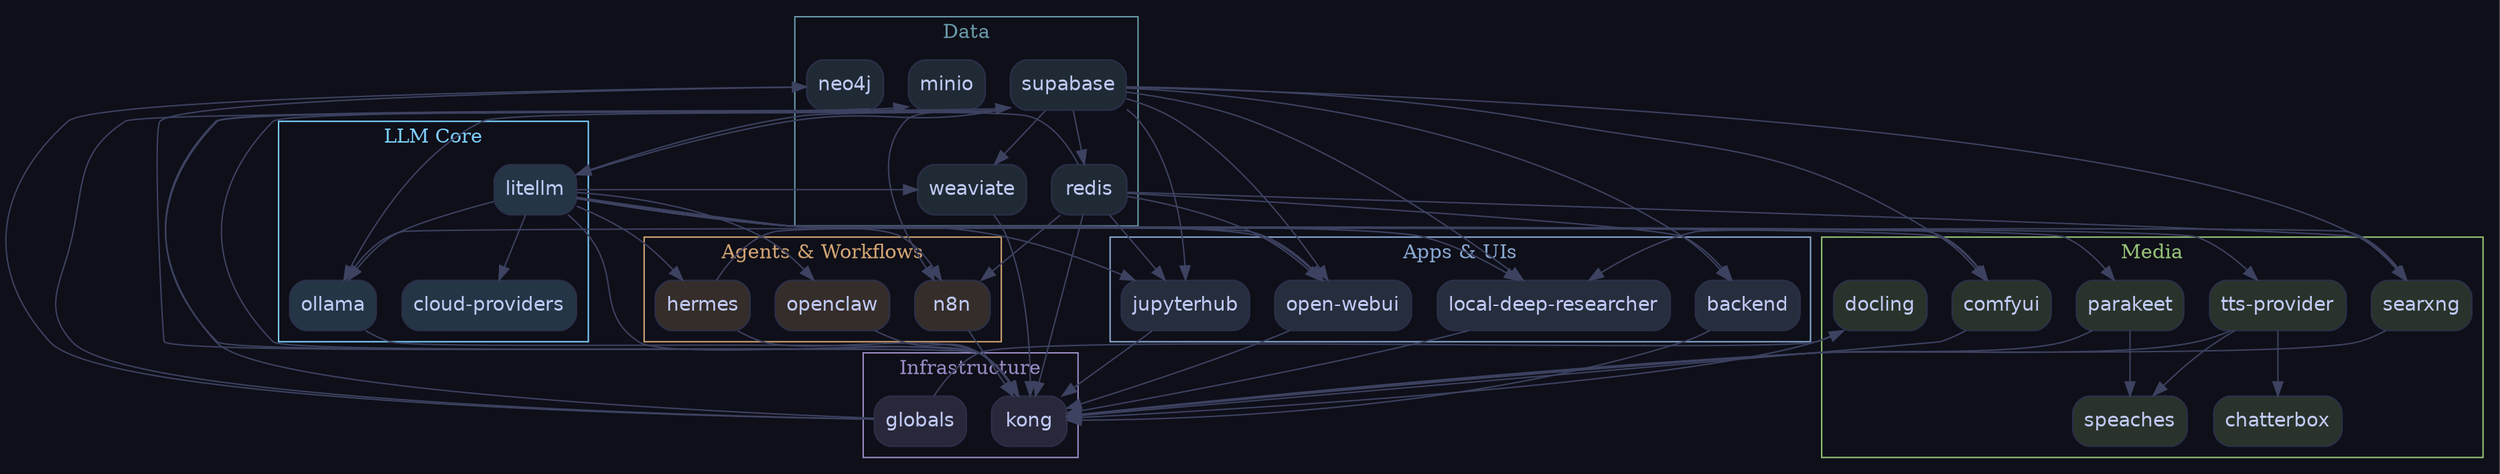
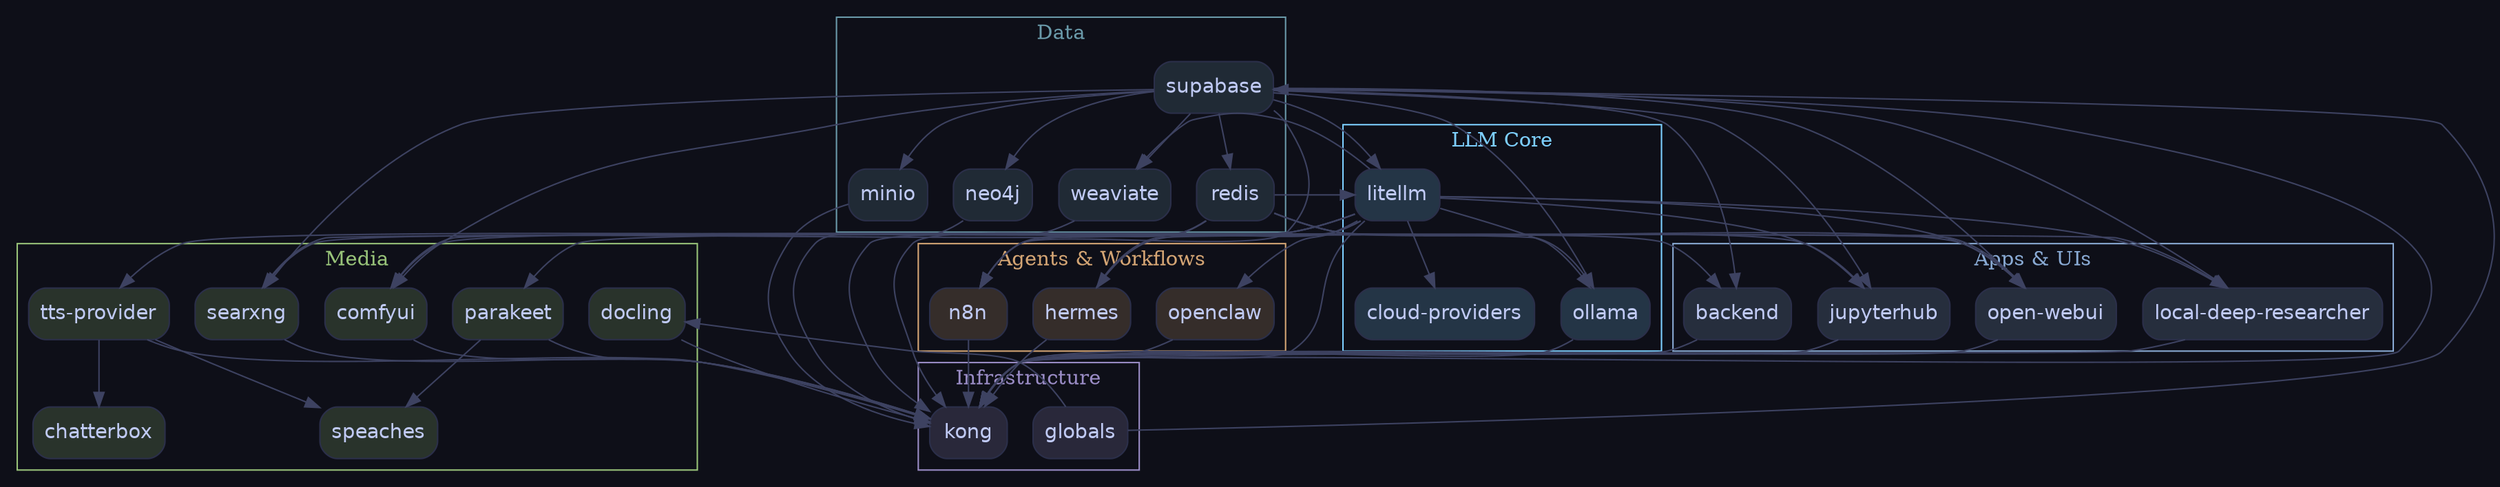
digraph stack {
  rankdir=TB;
  bgcolor="#0e0f18";
  node [shape=box, style="filled,rounded", fontname="Helvetica", fontcolor="#c0caf5", color="#2b2f4a"];
  edge [color="#3d4261"];

  subgraph "cluster_infra" {
    label="Infrastructure";
    fontcolor="#9a8cc6";
    color="#9a8cc6";
    "globals" [fillcolor="#9a8cc633"];
    "kong" [fillcolor="#9a8cc633"];
  }

  subgraph "cluster_data" {
    label="Data";
    fontcolor="#6a9aaa";
    color="#6a9aaa";
+     "supabase" [fillcolor="#6a9aaa33"];
    "minio" [fillcolor="#6a9aaa33"];
    "neo4j" [fillcolor="#6a9aaa33"];
-     "supabase" [fillcolor="#6a9aaa33"];
    "redis" [fillcolor="#6a9aaa33"];
    "weaviate" [fillcolor="#6a9aaa33"];
  }

  subgraph "cluster_llm" {
    label="LLM Core";
    fontcolor="#7dcfff";
    color="#7dcfff";
    "litellm" [fillcolor="#7dcfff33"];
    "cloud-providers" [fillcolor="#7dcfff33"];
    "ollama" [fillcolor="#7dcfff33"];
  }

  subgraph "cluster_media" {
    label="Media";
    fontcolor="#98c379";
    color="#98c379";
    "docling" [fillcolor="#98c37933"];
    "comfyui" [fillcolor="#98c37933"];
    "parakeet" [fillcolor="#98c37933"];
    "searxng" [fillcolor="#98c37933"];
    "tts-provider" [fillcolor="#98c37933"];
    "chatterbox" [fillcolor="#98c37933"];
    "speaches" [fillcolor="#98c37933"];
  }

  subgraph "cluster_agents" {
    label="Agents & Workflows";
    fontcolor="#d4a574";
    color="#d4a574";
    "hermes" [fillcolor="#d4a57433"];
    "n8n" [fillcolor="#d4a57433"];
    "openclaw" [fillcolor="#d4a57433"];
  }

  subgraph "cluster_apps" {
    label="Apps & UIs";
    fontcolor="#89aad4";
    color="#89aad4";
    "backend" [fillcolor="#89aad433"];
    "jupyterhub" [fillcolor="#89aad433"];
    "open-webui" [fillcolor="#89aad433"];
    "local-deep-researcher" [fillcolor="#89aad433"];
  }

  "supabase" -> "backend";
  "redis" -> "backend";
  "tts-provider" -> "chatterbox";
  "litellm" -> "cloud-providers";
  "supabase" -> "comfyui";
  "litellm" -> "comfyui";
  "ollama" -> "comfyui";
  "globals" -> "docling";
  "litellm" -> "hermes";
  "supabase" -> "jupyterhub";
  "redis" -> "jupyterhub";
  "litellm" -> "jupyterhub";
  "supabase" -> "kong";
  "redis" -> "kong";
  "litellm" -> "kong";
  "open-webui" -> "kong";
  "n8n" -> "kong";
  "hermes" -> "kong";
  "openclaw" -> "kong";
  "jupyterhub" -> "kong";
  "backend" -> "kong";
  "searxng" -> "kong";
  "minio" -> "kong";
  "comfyui" -> "kong";
  "local-deep-researcher" -> "kong";
  "neo4j" -> "kong";
  "weaviate" -> "kong";
  "tts-provider" -> "kong";
  "parakeet" -> "kong";
  "docling" -> "kong";
  "ollama" -> "kong";
  "supabase" -> "litellm";
  "redis" -> "litellm";
  "supabase" -> "local-deep-researcher";
  "searxng" -> "local-deep-researcher";
  "litellm" -> "local-deep-researcher";
-   "globals" -> "minio";
+   "supabase" -> "minio";
  "supabase" -> "n8n";
  "redis" -> "n8n";
  "litellm" -> "n8n";
-   "globals" -> "neo4j";
+   "supabase" -> "neo4j";
  "supabase" -> "ollama";
  "litellm" -> "ollama";
  "supabase" -> "open-webui";
  "redis" -> "open-webui";
  "litellm" -> "open-webui";
  "hermes" -> "open-webui";
  "litellm" -> "openclaw";
  "litellm" -> "parakeet";
  "supabase" -> "redis";
  "supabase" -> "searxng";
  "redis" -> "searxng";
  "parakeet" -> "speaches";
  "tts-provider" -> "speaches";
  "globals" -> "supabase";
  "litellm" -> "tts-provider";
  "supabase" -> "weaviate";
  "litellm" -> "weaviate";
}
